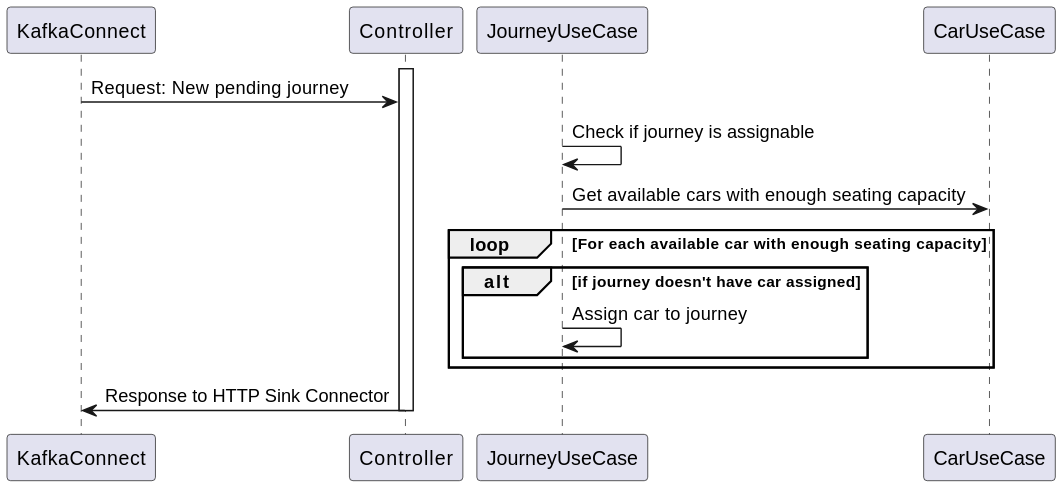
Before: docs/diagrams/images/sequence/new-pending-journey-event.svg, a diagram exported from PlantUML (NicolasBachs/cabify-challenge). Its diagram source:
```plantuml
@startuml
participant KafkaConnect
participant Controller
participant JourneyUseCase

activate Controller
KafkaConnect -> Controller: Request: New pending journey
JourneyUseCase -> JourneyUseCase: Check if journey is assignable
JourneyUseCase -> CarUseCase: Get available cars with enough seating capacity
loop For each available car with enough seating capacity
    alt if journey doesn't have car assigned
        JourneyUseCase -> JourneyUseCase: Assign car to journey
    end
end
Controller -> KafkaConnect: Response to HTTP Sink Connector
deactivate Controller
@enduml
```
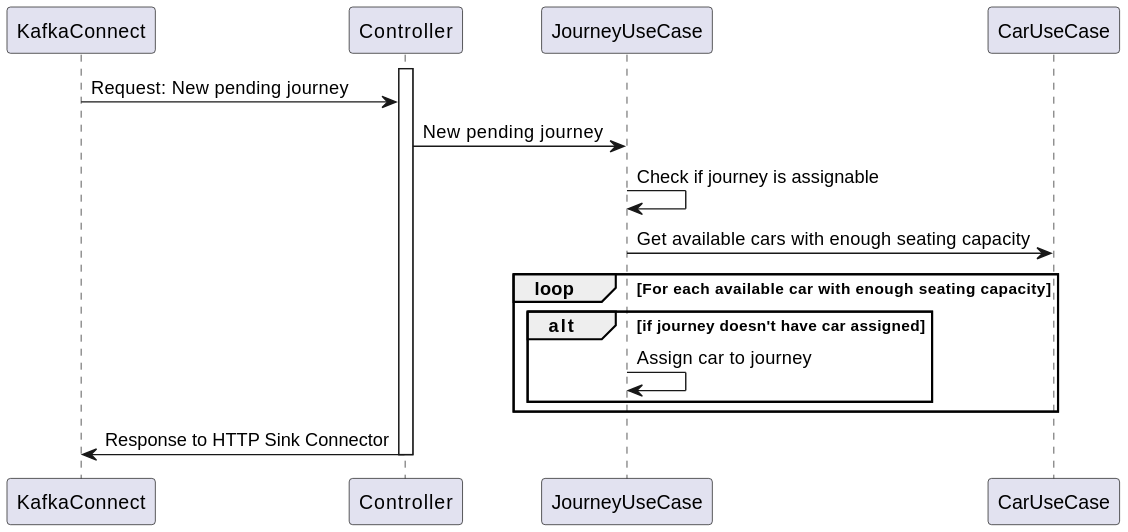
The same diagram one commit later.

Commit message:
docs: tweaks sequence diagrams

The edit, as a diff of the source:
```diff
@@ -5,6 +5,7 @@
 
 activate Controller
 KafkaConnect -> Controller: Request: New pending journey
+Controller -> JourneyUseCase: New pending journey
 JourneyUseCase -> JourneyUseCase: Check if journey is assignable
 JourneyUseCase -> CarUseCase: Get available cars with enough seating capacity
 loop For each available car with enough seating capacity
```
